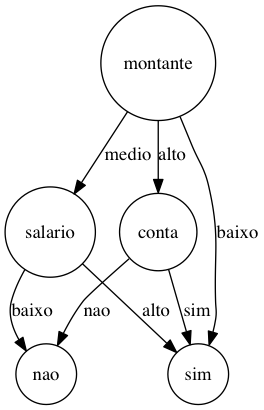
The Graphviz diagram Digraph.gv.png in netoaraujjo/id3, before a commit. Its source is kept beside it as Digraph.gv.
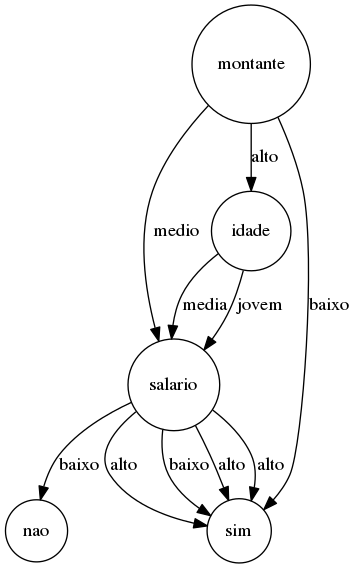
The same diagram one commit later.

Diff of the diagram source:
```diff
@@ -9,10 +9,16 @@
 		montante -> salario [label=medio]
 	sim [label=sim]
 		montante -> sim [label=baixo]
-	conta [label=conta]
-	nao [label=nao]
-		conta -> nao [label=nao]
+	idade [label=idade]
+	salario [label=salario]
 	sim [label=sim]
-		conta -> sim [label=sim]
-		montante -> conta [label=alto]
+		salario -> sim [label=baixo]
+	sim [label=sim]
+		salario -> sim [label=alto]
+		idade -> salario [label=media]
+	salario [label=salario]
+	sim [label=sim]
+		salario -> sim [label=alto]
+		idade -> salario [label=jovem]
+		montante -> idade [label=alto]
 }
```
